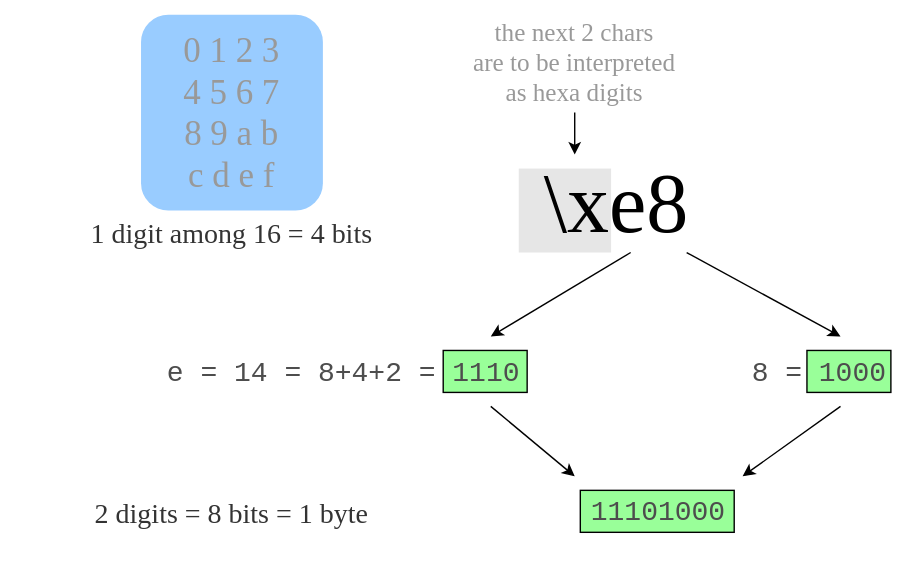
Before: media/hexadecimal.svg, a diagram exported from draw.io (flotpython/slides). Source tidied: cells renumbered, new cells last; positions are measured from the earlier drawing's top-left corner, leaving out a move shared by most shapes.
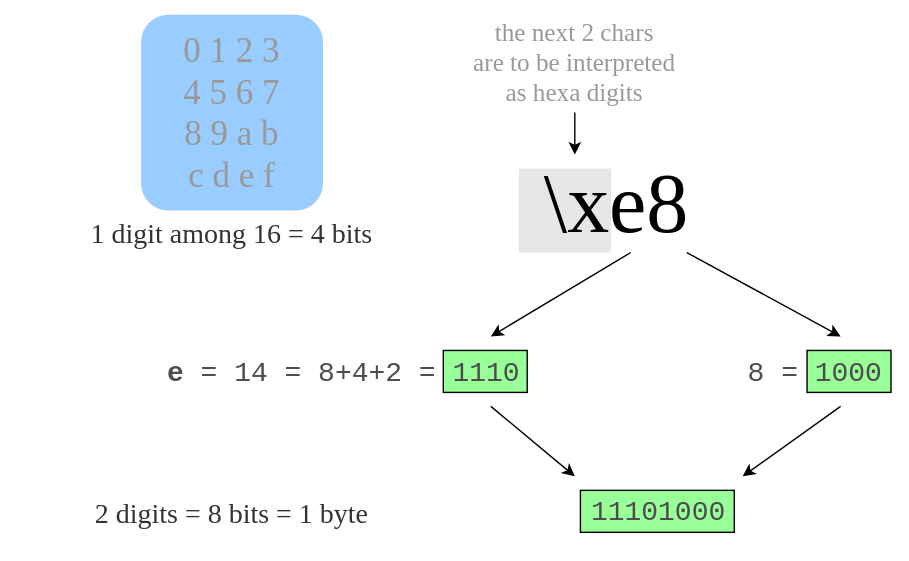
The same diagram one commit later.

Commit message:
tweak in the hexadecimal svg

The edit, as a diff of the source:
```diff
@@ -32,11 +32,11 @@
     <mxCell id="10" value="&lt;font style=&quot;font-size: 20px;&quot; color=&quot;#333333&quot;&gt;1 digit among 16&amp;nbsp;= 4 bits&lt;/font&gt;" style="text;html=1;strokeColor=none;fillColor=none;align=center;verticalAlign=middle;whiteSpace=wrap;rounded=0;fontFamily=Verdana;fontSize=25;fontColor=#999999;" parent="1" vertex="1">
       <mxGeometry y="130" width="330" height="70" as="geometry" />
     </mxCell>
-    <mxCell id="11" value="&lt;font face=&quot;Courier New&quot; color=&quot;#4d4d4d&quot;&gt;e = 14 = 8+4+2 = 1110&lt;/font&gt;" style="text;html=1;strokeColor=none;fillColor=none;align=center;verticalAlign=middle;whiteSpace=wrap;rounded=0;fontFamily=Verdana;fontSize=20;fontColor=#333333;" parent="1" vertex="1">
+    <mxCell id="11" value="&lt;font face=&quot;Courier New&quot; color=&quot;#4d4d4d&quot;&gt;&lt;b&gt;e&lt;/b&gt; = 14 = 8+4+2 = 1110&lt;/font&gt;" style="text;html=1;strokeColor=none;fillColor=none;align=center;verticalAlign=middle;whiteSpace=wrap;rounded=0;fontFamily=Verdana;fontSize=20;fontColor=#333333;" parent="1" vertex="1">
       <mxGeometry x="60" y="250" width="370" height="30" as="geometry" />
     </mxCell>
     <mxCell id="12" value="&lt;font face=&quot;Courier New&quot; color=&quot;#4d4d4d&quot;&gt;8 = 1000&lt;/font&gt;" style="text;html=1;strokeColor=none;fillColor=none;align=center;verticalAlign=middle;whiteSpace=wrap;rounded=0;fontFamily=Verdana;fontSize=20;fontColor=#333333;" parent="1" vertex="1">
-      <mxGeometry x="520" y="250" width="130" height="30" as="geometry" />
+      <mxGeometry x="517" y="250" width="130" height="30" as="geometry" />
     </mxCell>
     <mxCell id="13" value="&lt;font style=&quot;font-size: 20px;&quot; color=&quot;#333333&quot;&gt;2 digits = 8 bits = 1 byte&lt;/font&gt;" style="text;html=1;strokeColor=none;fillColor=none;align=center;verticalAlign=middle;whiteSpace=wrap;rounded=0;fontFamily=Verdana;fontSize=25;fontColor=#999999;" parent="1" vertex="1">
       <mxGeometry y="330" width="330" height="70" as="geometry" />
```
